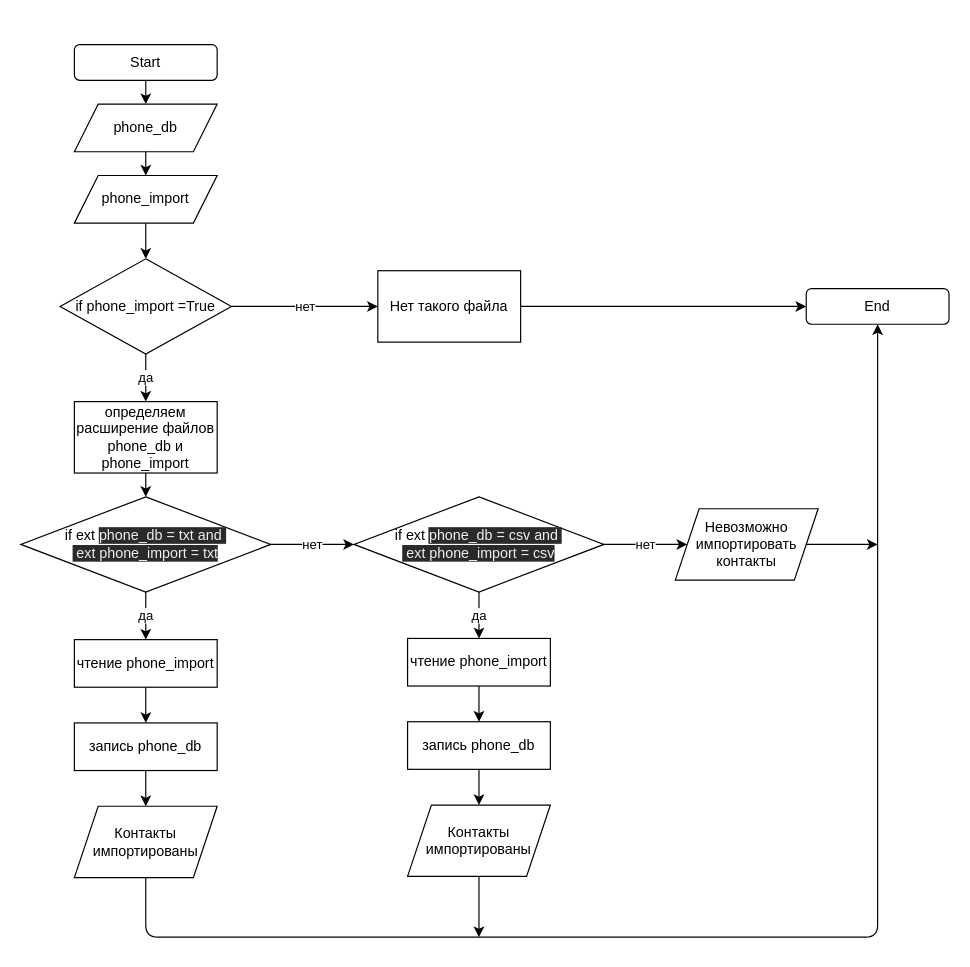
PrinceIgor2/Command_work keeps this draw.io diagram as algorithm_import.drawio. Above is the earlier version. Source tidied: cells renumbered, new cells numbered last; positions are measured from the earlier drawing's top-left corner, leaving out a move shared by most shapes. Both pictures are drawn from the tidied source at 119%, with x=0, y=0 at pixel (20, 44).
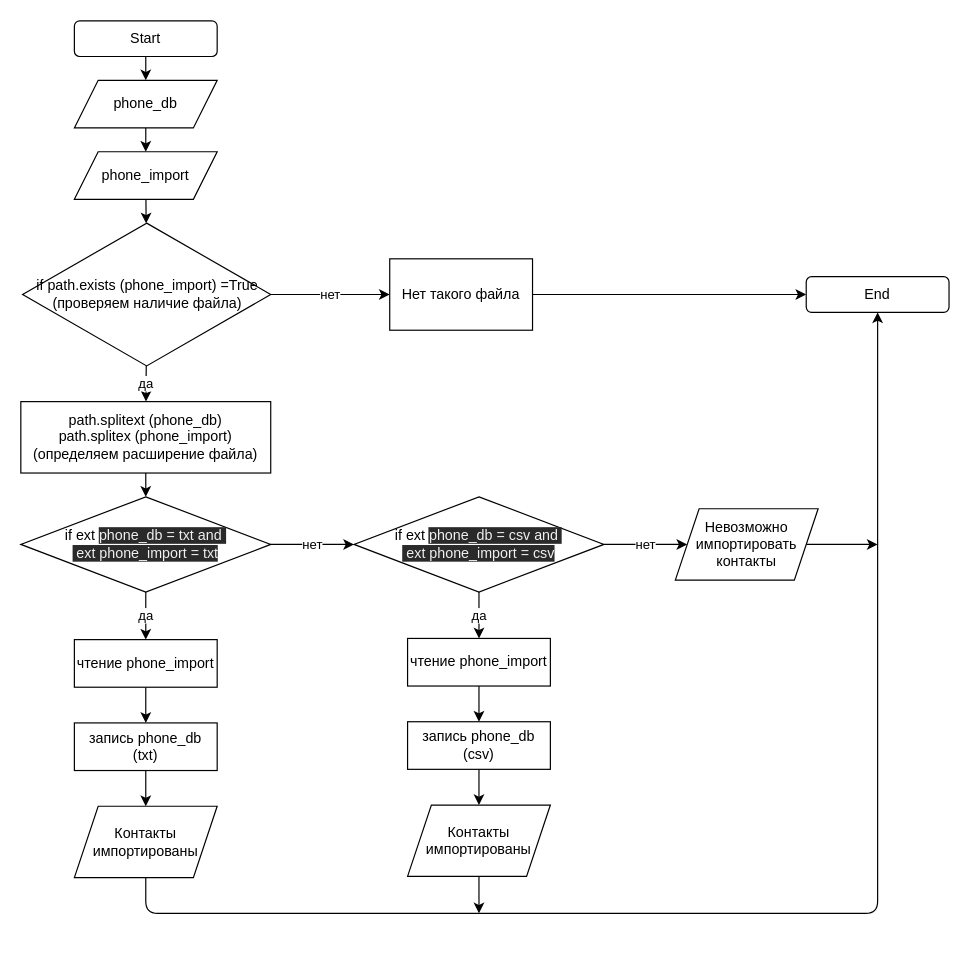
The same diagram, later.

Commit message (it also covers changes not shown here):
corrected block diagram of the algorithm

Unchanged cells that the change refers to:
```xml
<mxCell id="22" value="Контакты импортированы" style="shape=parallelogram;perimeter=parallelogramPerimeter;whiteSpace=wrap;html=1;fixedSize=1;" parent="1" vertex="1">
  <mxGeometry x="45" y="640" width="120" height="60" as="geometry" />
</mxCell>
<mxCell id="33" value="Контакты импортированы" style="shape=parallelogram;perimeter=parallelogramPerimeter;whiteSpace=wrap;html=1;fixedSize=1;" parent="1" vertex="1">
  <mxGeometry x="325" y="639" width="120" height="60" as="geometry" />
</mxCell>
```

The edit, as a diff of the source:
```diff
@@
     <mxCell id="3" value="Start" style="rounded=1;whiteSpace=wrap;html=1;" parent="1" vertex="1">
-      <mxGeometry x="45" width="120" height="30" as="geometry" />
+      <mxGeometry x="45" y="-20" width="120" height="30" as="geometry" />
     </mxCell>
@@
     <mxCell id="5" value="phone_db" style="shape=parallelogram;perimeter=parallelogramPerimeter;whiteSpace=wrap;html=1;fixedSize=1;" parent="1" vertex="1">
-      <mxGeometry x="45" y="50" width="120" height="40" as="geometry" />
+      <mxGeometry x="45" y="30" width="120" height="40" as="geometry" />
     </mxCell>
     <mxCell id="6" style="edgeStyle=none;html=1;exitX=0.75;exitY=0;exitDx=0;exitDy=0;" parent="1" edge="1" source="8">
       <mxGeometry relative="1" as="geometry">
-        <mxPoint x="135" y="110" as="targetPoint" />
+        <mxPoint x="135" y="90" as="targetPoint" />
       </mxGeometry>
     </mxCell>
-    <mxCell id="7" style="edgeStyle=none;html=1;" parent="1" edge="1" source="8">
-      <mxGeometry relative="1" as="geometry">
-        <mxPoint x="105" y="180" as="targetPoint" />
-      </mxGeometry>
-    </mxCell>
+    <mxCell id="37" style="edgeStyle=none;html=1;" parent="1" edge="1" source="8" target="11">
+      <mxGeometry relative="1" as="geometry" />
+    </mxCell>
     <mxCell id="8" value="phone_import" style="shape=parallelogram;perimeter=parallelogramPerimeter;whiteSpace=wrap;html=1;fixedSize=1;" parent="1" vertex="1">
-      <mxGeometry x="45" y="110" width="120" height="40" as="geometry" />
+      <mxGeometry x="45" y="90" width="120" height="40" as="geometry" />
     </mxCell>
@@
-    <mxCell id="11" value="if phone_import =True" style="rhombus;whiteSpace=wrap;html=1;" parent="1" vertex="1">
-      <mxGeometry x="33" y="180" width="144" height="80" as="geometry" />
+    <mxCell id="11" value="if path.exists&amp;nbsp;&lt;span&gt;(phone_import) =True&lt;br&gt;(проверяем наличие файла)&lt;br&gt;&lt;/span&gt;" style="rhombus;whiteSpace=wrap;html=1;" parent="1" vertex="1">
+      <mxGeometry x="1.5" y="150" width="208.5" height="120" as="geometry" />
     </mxCell>
@@
-    <mxCell id="13" value="определяем расширение файлов phone_db и phone_import" style="whiteSpace=wrap;html=1;" parent="1" vertex="1">
-      <mxGeometry x="45" y="300" width="120" height="60" as="geometry" />
+    <mxCell id="13" value="path.splitext (phone_db)&lt;br&gt;path.splitex (phone_import)&lt;br&gt;(определяем расширение файла)" style="whiteSpace=wrap;html=1;" parent="1" vertex="1">
+      <mxGeometry y="300" width="210" height="60" as="geometry" />
     </mxCell>
@@
-    <mxCell id="20" value="запись phone_db" style="whiteSpace=wrap;html=1;" parent="1" vertex="1">
+    <mxCell id="20" value="запись phone_db (txt)" style="whiteSpace=wrap;html=1;" parent="1" vertex="1">
       <mxGeometry x="45" y="570" width="120" height="40" as="geometry" />
     </mxCell>
     <mxCell id="21" style="edgeStyle=none;html=1;entryX=0.5;entryY=1;entryDx=0;entryDy=0;" parent="1" edge="1" source="22" target="36">
       <mxGeometry relative="1" as="geometry">
         <Array as="points">
-          <mxPoint x="105" y="750" />
-          <mxPoint x="430" y="750" />
-          <mxPoint x="720" y="750" />
+          <mxPoint x="105" y="730" />
+          <mxPoint x="430" y="730" />
+          <mxPoint x="720" y="730" />
         </Array>
       </mxGeometry>
     </mxCell>
@@
-    <mxCell id="31" value="запись phone_db" style="whiteSpace=wrap;html=1;" parent="1" vertex="1">
+    <mxCell id="31" value="запись phone_db (csv)" style="whiteSpace=wrap;html=1;" parent="1" vertex="1">
       <mxGeometry x="325" y="569" width="120" height="40" as="geometry" />
     </mxCell>
     <mxCell id="32" style="edgeStyle=none;html=1;" parent="1" edge="1" source="33">
       <mxGeometry relative="1" as="geometry">
-        <mxPoint x="385" y="750" as="targetPoint" />
+        <mxPoint x="385" y="730" as="targetPoint" />
       </mxGeometry>
     </mxCell>
@@
     <mxCell id="35" value="Нет такого файла" style="whiteSpace=wrap;html=1;" parent="1" vertex="1">
-      <mxGeometry x="300" y="190" width="120" height="60" as="geometry" />
+      <mxGeometry x="310" y="180" width="120" height="60" as="geometry" />
     </mxCell>
     <mxCell id="36" value="End" style="rounded=1;whiteSpace=wrap;html=1;" parent="1" vertex="1">
-      <mxGeometry x="660" y="205" width="120" height="30" as="geometry" />
+      <mxGeometry x="660" y="195" width="120" height="30" as="geometry" />
     </mxCell>
```
